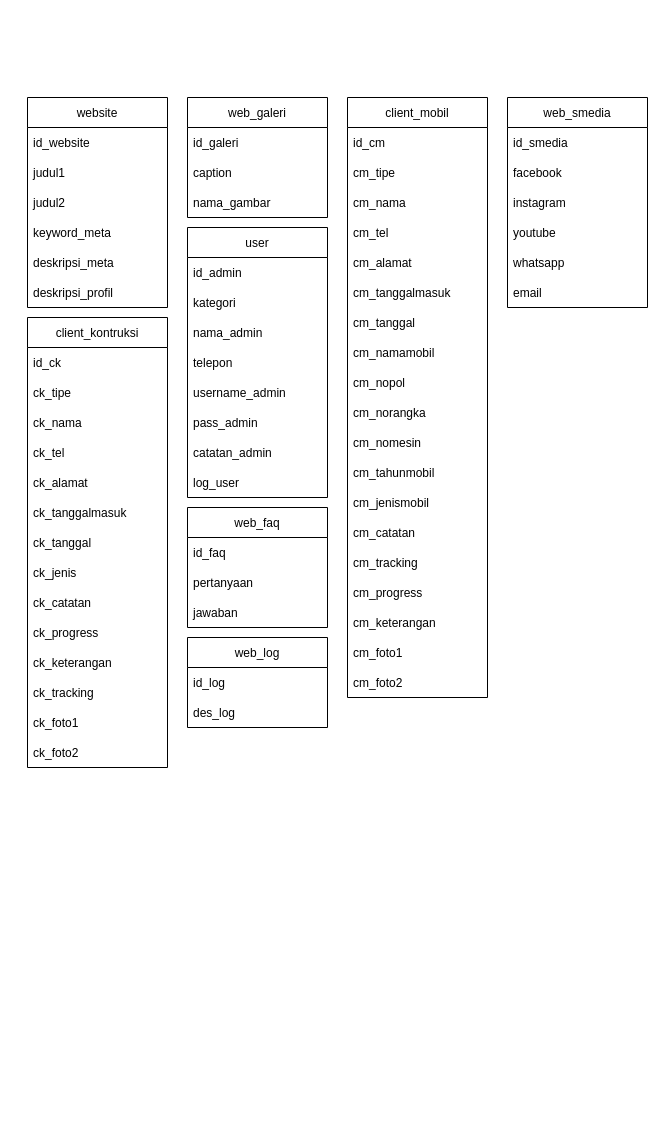
luthfiarian/Indonesia-Modifikasi-Classic keeps this draw.io diagram as Flowchart Database IMC.drawio. Above is the earlier version. Source tidied: cells renumbered, new cells numbered last; positions are measured from the earlier drawing's top-left corner, leaving out a move shared by most shapes. Both pictures are drawn from the tidied source at 100%, with x=0, y=0 at pixel (27, 97).
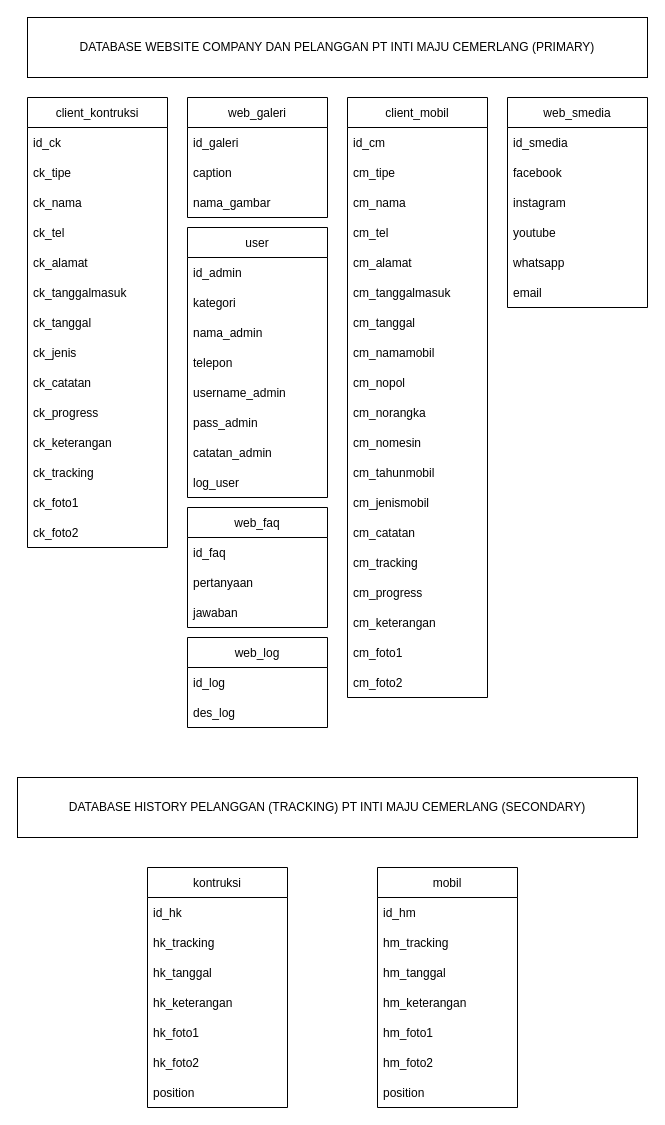
After the change.

Diff of the diagram source:
```diff
@@
-    <mxCell id="2" value="website" style="swimlane;fontStyle=0;horizontal=1;startSize=30;" parent="1" vertex="1">
-      <mxGeometry width="140" height="210" as="geometry" />
-    </mxCell>
-    <mxCell id="3" value="id_website" style="text;strokeColor=none;fillColor=none;align=left;verticalAlign=middle;spacingLeft=4;spacingRight=4;overflow=hidden;" parent="2" vertex="1">
-      <mxGeometry y="30" width="140" height="30" as="geometry" />
-    </mxCell>
-    <mxCell id="4" value="judul1" style="text;strokeColor=none;fillColor=none;align=left;verticalAlign=middle;spacingLeft=4;spacingRight=4;overflow=hidden;" parent="2" vertex="1">
-      <mxGeometry y="60" width="140" height="30" as="geometry" />
-    </mxCell>
-    <mxCell id="5" value="judul2" style="text;strokeColor=none;fillColor=none;align=left;verticalAlign=middle;spacingLeft=4;spacingRight=4;overflow=hidden;" parent="2" vertex="1">
-      <mxGeometry y="90" width="140" height="30" as="geometry" />
-    </mxCell>
-    <mxCell id="6" value="keyword_meta" style="text;strokeColor=none;fillColor=none;align=left;verticalAlign=middle;spacingLeft=4;spacingRight=4;overflow=hidden;" parent="2" vertex="1">
-      <mxGeometry y="120" width="140" height="30" as="geometry" />
-    </mxCell>
-    <mxCell id="7" value="deskripsi_meta" style="text;strokeColor=none;fillColor=none;align=left;verticalAlign=middle;spacingLeft=4;spacingRight=4;overflow=hidden;" parent="2" vertex="1">
-      <mxGeometry y="150" width="140" height="30" as="geometry" />
-    </mxCell>
-    <mxCell id="8" value="deskripsi_profil" style="text;strokeColor=none;fillColor=none;align=left;verticalAlign=middle;spacingLeft=4;spacingRight=4;overflow=hidden;" parent="2" vertex="1">
-      <mxGeometry y="180" width="140" height="30" as="geometry" />
-    </mxCell>
@@
     <mxCell id="42" value="client_kontruksi" style="swimlane;fontStyle=0;horizontal=1;startSize=30;" parent="1" vertex="1">
-      <mxGeometry y="220" width="140" height="450" as="geometry" />
+      <mxGeometry width="140" height="450" as="geometry" />
     </mxCell>
@@
+    <mxCell id="71" value="DATABASE WEBSITE COMPANY DAN PELANGGAN PT INTI MAJU CEMERLANG (PRIMARY)" style="rounded=0;whiteSpace=wrap;html=1;" parent="1" vertex="1">
+      <mxGeometry y="-80" width="620" height="60" as="geometry" />
+    </mxCell>
+    <mxCell id="72" value="DATABASE HISTORY PELANGGAN (TRACKING) PT INTI MAJU CEMERLANG (SECONDARY)" style="rounded=0;whiteSpace=wrap;html=1;" parent="1" vertex="1">
+      <mxGeometry x="-10" y="680" width="620" height="60" as="geometry" />
+    </mxCell>
+    <mxCell id="73" value="kontruksi" style="swimlane;fontStyle=0;horizontal=1;startSize=30;" parent="1" vertex="1">
+      <mxGeometry x="120" y="770" width="140" height="240" as="geometry" />
+    </mxCell>
+    <mxCell id="74" value="id_hk" style="text;strokeColor=none;fillColor=none;align=left;verticalAlign=middle;spacingLeft=4;spacingRight=4;overflow=hidden;" parent="73" vertex="1">
+      <mxGeometry y="30" width="140" height="30" as="geometry" />
+    </mxCell>
+    <mxCell id="75" value="hk_tracking" style="text;strokeColor=none;fillColor=none;align=left;verticalAlign=middle;spacingLeft=4;spacingRight=4;overflow=hidden;" parent="73" vertex="1">
+      <mxGeometry y="60" width="140" height="30" as="geometry" />
+    </mxCell>
+    <mxCell id="76" value="hk_tanggal" style="text;strokeColor=none;fillColor=none;align=left;verticalAlign=middle;spacingLeft=4;spacingRight=4;overflow=hidden;" parent="73" vertex="1">
+      <mxGeometry y="90" width="140" height="30" as="geometry" />
+    </mxCell>
+    <mxCell id="77" value="hk_keterangan" style="text;strokeColor=none;fillColor=none;align=left;verticalAlign=middle;spacingLeft=4;spacingRight=4;overflow=hidden;" parent="73" vertex="1">
+      <mxGeometry y="120" width="140" height="30" as="geometry" />
+    </mxCell>
+    <mxCell id="78" value="hk_foto1" style="text;strokeColor=none;fillColor=none;align=left;verticalAlign=middle;spacingLeft=4;spacingRight=4;overflow=hidden;" parent="73" vertex="1">
+      <mxGeometry y="150" width="140" height="30" as="geometry" />
+    </mxCell>
+    <mxCell id="79" value="hk_foto2" style="text;strokeColor=none;fillColor=none;align=left;verticalAlign=middle;spacingLeft=4;spacingRight=4;overflow=hidden;" parent="73" vertex="1">
+      <mxGeometry y="180" width="140" height="30" as="geometry" />
+    </mxCell>
+    <mxCell id="80" value="position" style="text;strokeColor=none;fillColor=none;align=left;verticalAlign=middle;spacingLeft=4;spacingRight=4;overflow=hidden;" parent="73" vertex="1">
+      <mxGeometry y="210" width="140" height="30" as="geometry" />
+    </mxCell>
+    <mxCell id="81" value="mobil" style="swimlane;fontStyle=0;horizontal=1;startSize=30;" parent="1" vertex="1">
+      <mxGeometry x="350" y="770" width="140" height="240" as="geometry" />
+    </mxCell>
+    <mxCell id="82" value="id_hm" style="text;strokeColor=none;fillColor=none;align=left;verticalAlign=middle;spacingLeft=4;spacingRight=4;overflow=hidden;" parent="81" vertex="1">
+      <mxGeometry y="30" width="140" height="30" as="geometry" />
+    </mxCell>
+    <mxCell id="83" value="hm_tracking" style="text;strokeColor=none;fillColor=none;align=left;verticalAlign=middle;spacingLeft=4;spacingRight=4;overflow=hidden;" parent="81" vertex="1">
+      <mxGeometry y="60" width="140" height="30" as="geometry" />
+    </mxCell>
+    <mxCell id="84" value="hm_tanggal" style="text;strokeColor=none;fillColor=none;align=left;verticalAlign=middle;spacingLeft=4;spacingRight=4;overflow=hidden;" parent="81" vertex="1">
+      <mxGeometry y="90" width="140" height="30" as="geometry" />
+    </mxCell>
+    <mxCell id="85" value="hm_keterangan" style="text;strokeColor=none;fillColor=none;align=left;verticalAlign=middle;spacingLeft=4;spacingRight=4;overflow=hidden;" parent="81" vertex="1">
+      <mxGeometry y="120" width="140" height="30" as="geometry" />
+    </mxCell>
+    <mxCell id="86" value="hm_foto1" style="text;strokeColor=none;fillColor=none;align=left;verticalAlign=middle;spacingLeft=4;spacingRight=4;overflow=hidden;" parent="81" vertex="1">
+      <mxGeometry y="150" width="140" height="30" as="geometry" />
+    </mxCell>
+    <mxCell id="87" value="hm_foto2" style="text;strokeColor=none;fillColor=none;align=left;verticalAlign=middle;spacingLeft=4;spacingRight=4;overflow=hidden;" parent="81" vertex="1">
+      <mxGeometry y="180" width="140" height="30" as="geometry" />
+    </mxCell>
+    <mxCell id="88" value="position" style="text;strokeColor=none;fillColor=none;align=left;verticalAlign=middle;spacingLeft=4;spacingRight=4;overflow=hidden;" parent="81" vertex="1">
+      <mxGeometry y="210" width="140" height="30" as="geometry" />
+    </mxCell>
```
